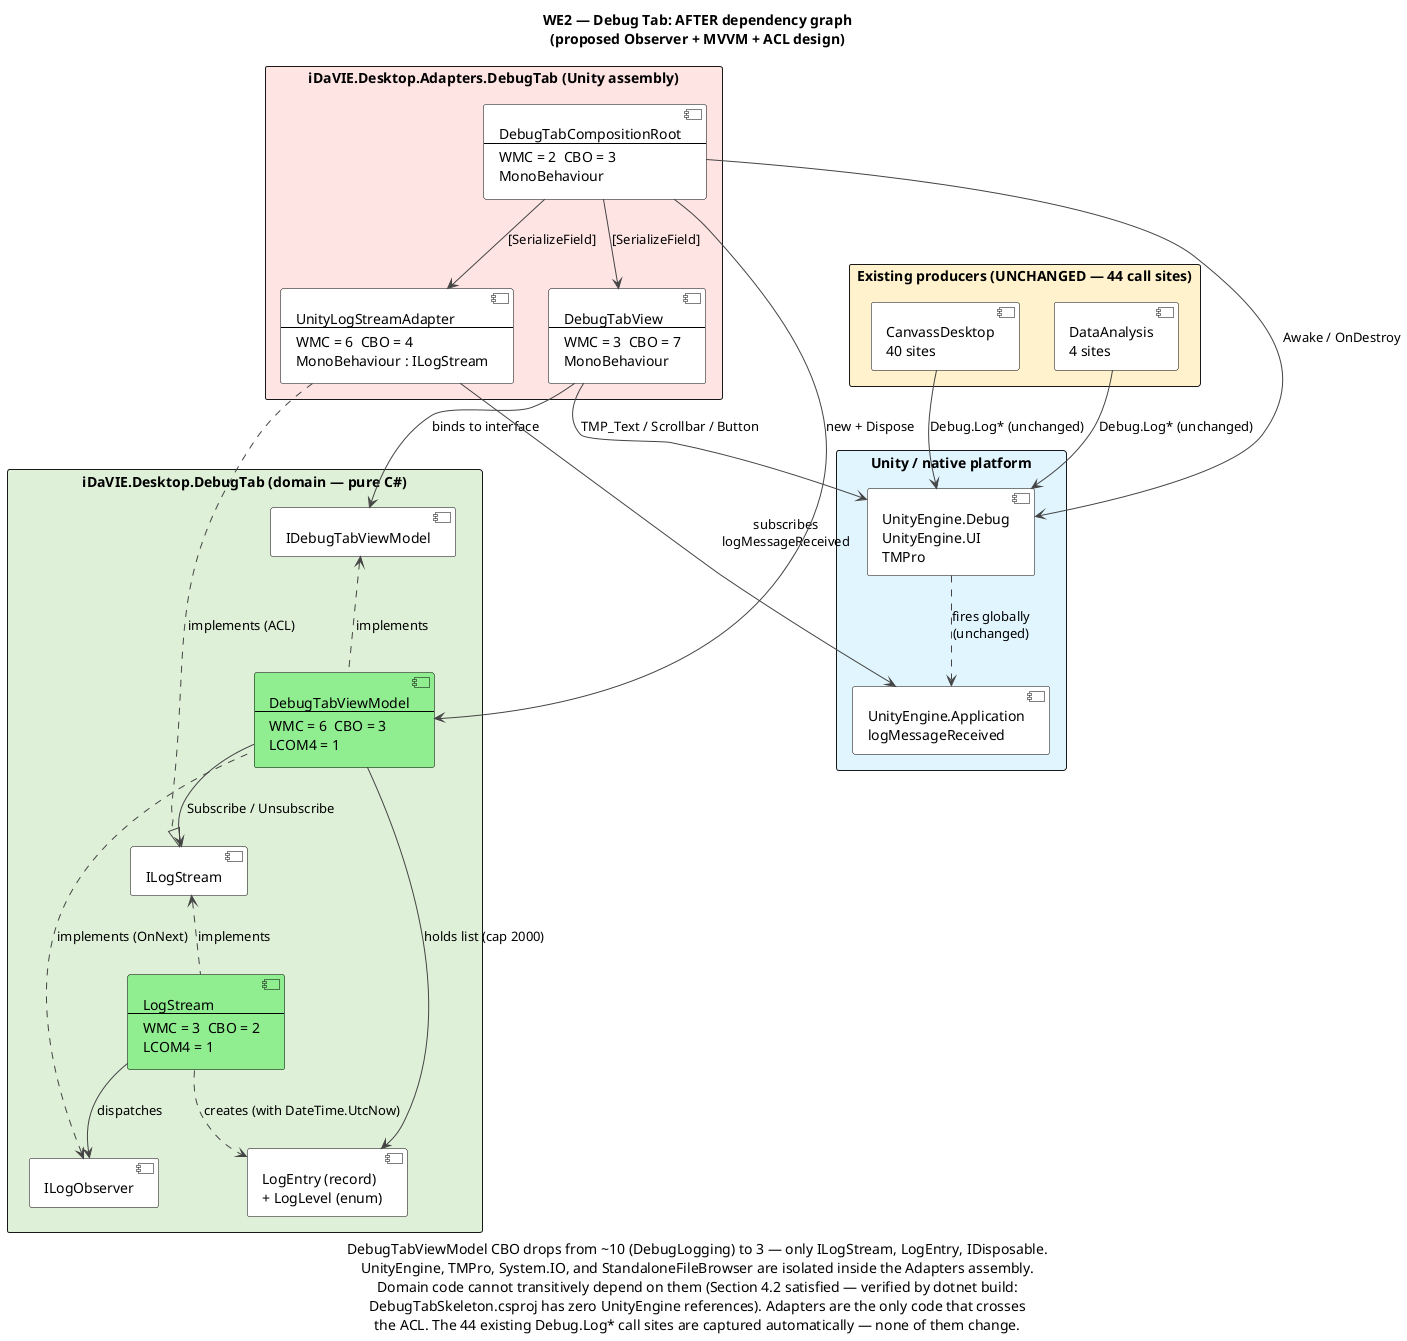
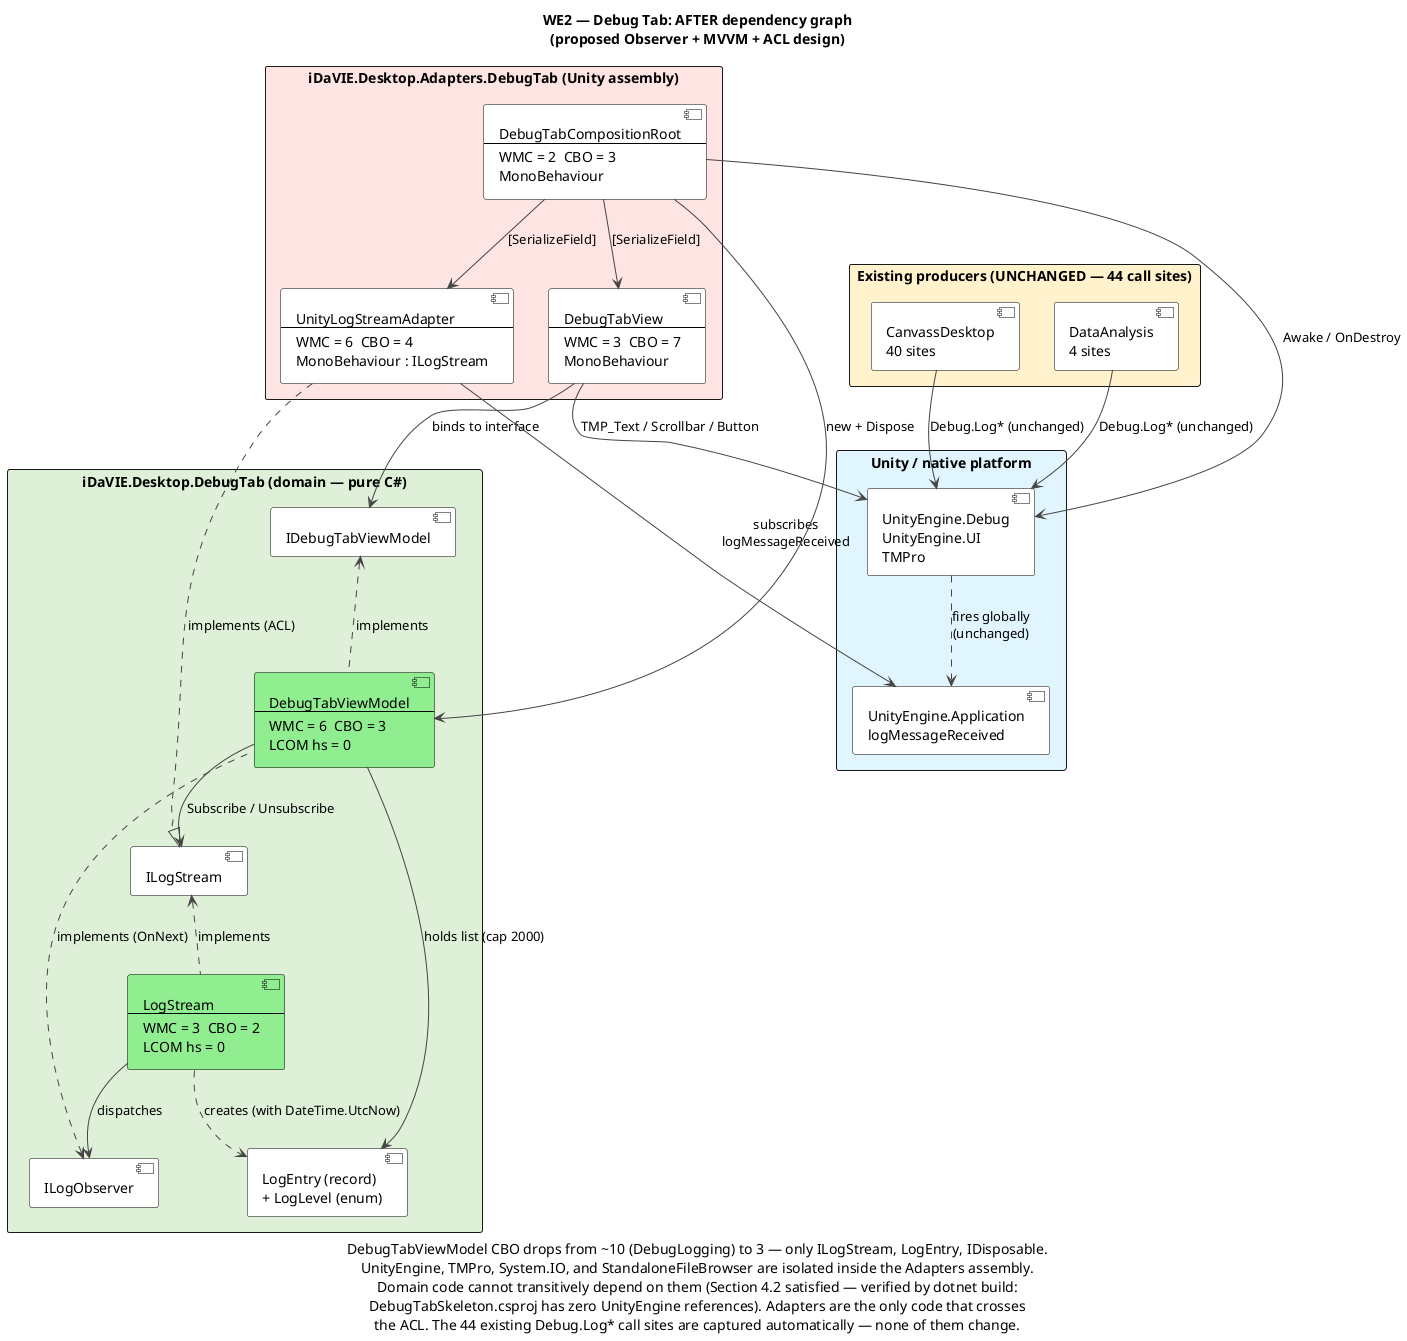
@startuml WE2-after-dependency-graph
title WE2 — Debug Tab: AFTER dependency graph\n(proposed Observer + MVVM + ACL design)

skinparam packageStyle rectangle
skinparam component {
    BackgroundColor White
    BorderColor Black
}
skinparam arrow {
    Color #444444
}

package "iDaVIE.Desktop.DebugTab (domain — pure C#)" #DFF0D8 {
-     component "DebugTabViewModel\n----\nWMC = 6  CBO = 3\nLCOM4 = 1" as DTVM #90EE90
-     component "LogStream\n----\nWMC = 3  CBO = 2\nLCOM4 = 1" as LS #90EE90
+     component "DebugTabViewModel\n----\nWMC = 6  CBO = 3\nLCOM hs = 0" as DTVM #90EE90
+     component "LogStream\n----\nWMC = 3  CBO = 2\nLCOM hs = 0" as LS #90EE90
    component "IDebugTabViewModel" as IDTVM
    component "ILogStream" as ILS
    component "ILogObserver" as ILO
    component "LogEntry (record)\n+ LogLevel (enum)" as LE
}

package "iDaVIE.Desktop.Adapters.DebugTab (Unity assembly)" #FFE4E4 {
    component "UnityLogStreamAdapter\n----\nWMC = 6  CBO = 4\nMonoBehaviour : ILogStream" as ULSA
    component "DebugTabView\n----\nWMC = 3  CBO = 7\nMonoBehaviour" as DTV
    component "DebugTabCompositionRoot\n----\nWMC = 2  CBO = 3\nMonoBehaviour" as DTCR
}

package "Existing producers (UNCHANGED — 44 call sites)" #FFF2CC {
    component "CanvassDesktop\n40 sites" as CD
    component "DataAnalysis\n4 sites" as DA
}

package "Unity / native platform" #E1F5FE {
    component "UnityEngine.Application\nlogMessageReceived" as App
    component "UnityEngine.Debug\nUnityEngine.UI\nTMPro" as UE
}

' ── Domain → Domain (allowed) ────────────────────────────────────────────────
DTVM --> ILS  : Subscribe / Unsubscribe
DTVM --> LE   : holds list (cap 2000)
LS   --> ILO  : dispatches
LS   ..> LE   : creates (with DateTime.UtcNow)
IDTVM <.. DTVM : implements
ILS  <.. LS   : implements
ILO  <.. DTVM : implements (OnNext)

' ── ACL — adapter implements domain interface (single direction) ─────────────
ULSA ..|> ILS : implements (ACL)
DTV  --> IDTVM : binds to interface

' ── Adapter → Unity / external (allowed; this is what adapters are for) ──────
ULSA --> App : subscribes\nlogMessageReceived
DTV  --> UE  : TMP_Text / Scrollbar / Button
DTCR --> UE  : Awake / OnDestroy

' ── Existing producers reach Application via the unchanged static event ──────
CD --> UE : "Debug.Log* (unchanged)"
DA --> UE : "Debug.Log* (unchanged)"
UE ..> App : "fires globally\n(unchanged)"

' ── Composition root is the ONLY edge from Adapters to concrete Domain ───────
DTCR --> DTVM : new + Dispose
DTCR --> ULSA : [SerializeField]
DTCR --> DTV  : [SerializeField]

caption DebugTabViewModel CBO drops from ~10 (DebugLogging) to 3 — only ILogStream, LogEntry, IDisposable.\nUnityEngine, TMPro, System.IO, and StandaloneFileBrowser are isolated inside the Adapters assembly.\nDomain code cannot transitively depend on them (Section 4.2 satisfied — verified by dotnet build:\nDebugTabSkeleton.csproj has zero UnityEngine references). Adapters are the only code that crosses\nthe ACL. The 44 existing Debug.Log* call sites are captured automatically — none of them change.

@enduml
